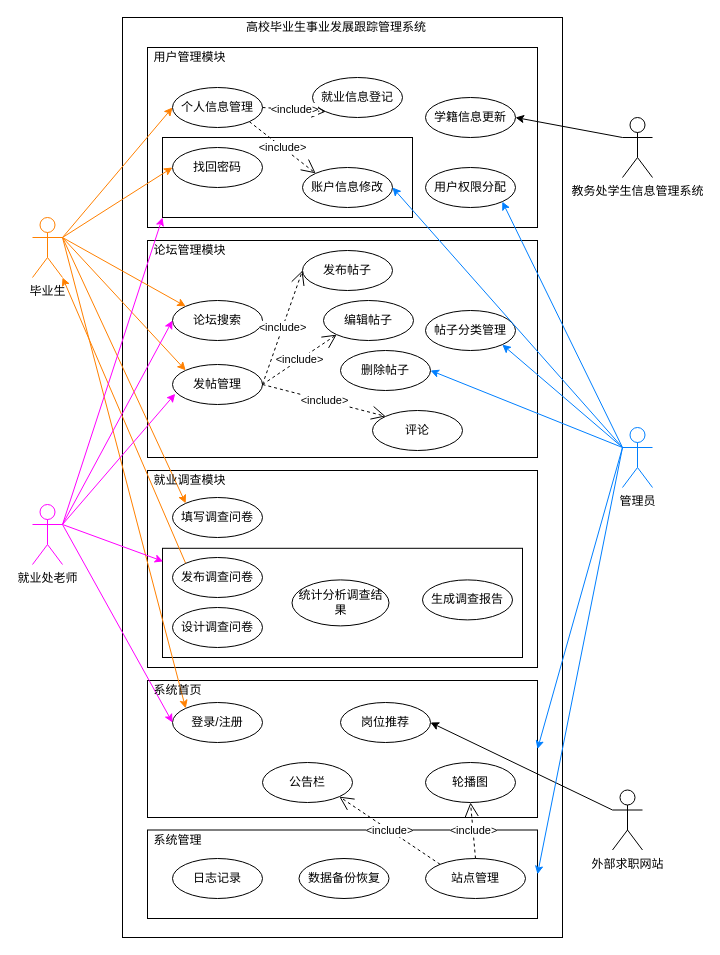
This is 用例图.drawio from Ringo-linqin/drawio, a draw.io file, before an edit. Source tidied: cells renumbered, new cells numbered last; positions are measured from the earlier drawing's top-left corner, leaving out a move shared by most shapes. Both pictures are drawn from the tidied source at 100%, with x=0, y=0 at pixel (32, 17).
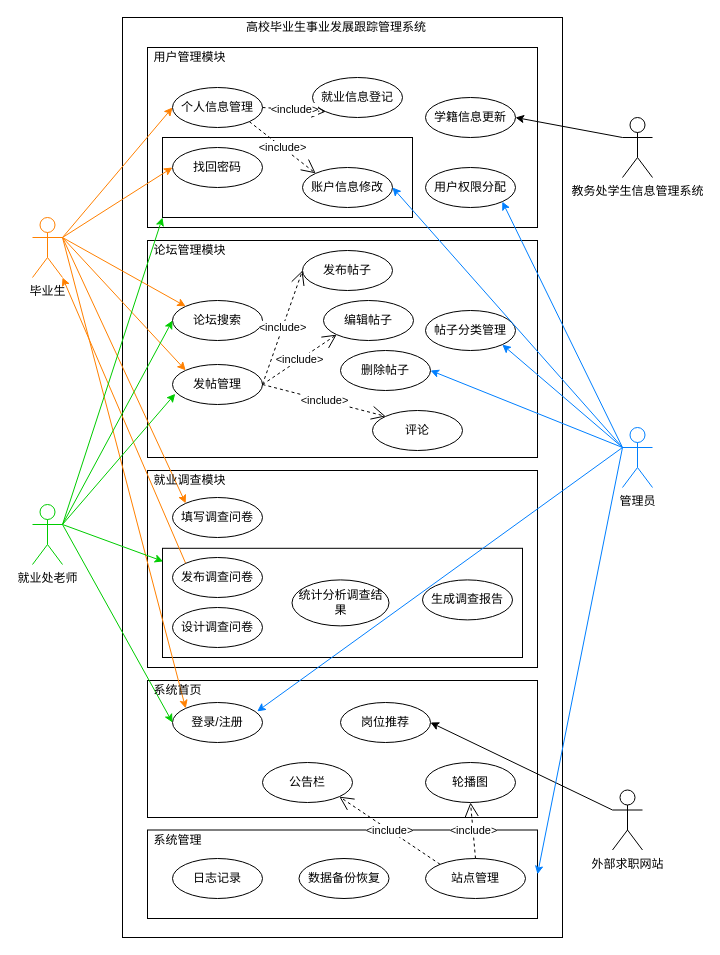
The same diagram, later.

Commit message:
更新用例图.drawio

The change refers to these unchanged cells:
```xml
<mxCell id="4" style="rounded=0;whiteSpace=wrap;html=1;" parent="1" vertex="1">
  <mxGeometry x="130" y="120" width="250" height="80" as="geometry" />
</mxCell>
<mxCell id="6" style="rounded=0;whiteSpace=wrap;html=1;" parent="1" vertex="1">
  <mxGeometry x="130" y="530.8" width="360" height="109.2" as="geometry" />
</mxCell>
<mxCell id="8" style="rounded=0;whiteSpace=wrap;html=1;" parent="1" vertex="1">
  <mxGeometry x="115" y="663" width="390" height="137" as="geometry" />
</mxCell>
<mxCell id="42" value="发帖管理" style="ellipse;whiteSpace=wrap;html=1;" parent="1" vertex="1">
  <mxGeometry x="140" y="347" width="90" height="40" as="geometry" />
</mxCell>
<mxCell id="43" value="论坛搜索" style="ellipse;whiteSpace=wrap;html=1;" parent="1" vertex="1">
  <mxGeometry x="140" y="283" width="90" height="40" as="geometry" />
</mxCell>
<mxCell id="47" value="登录/注册" style="ellipse;whiteSpace=wrap;html=1;" parent="1" vertex="1">
  <mxGeometry x="140" y="685" width="90" height="40" as="geometry" />
</mxCell>
<mxCell id="62" value="管理员" style="shape=umlActor;verticalLabelPosition=bottom;verticalAlign=top;html=1;strokeColor=#007FFF;" parent="1" vertex="1">
  <mxGeometry x="590" y="410" width="30" height="60" as="geometry" />
</mxCell>
```

Change to the diagram source:
```diff
@@
-    <mxCell id="48" style="rounded=0;jettySize=auto;html=1;exitX=1;exitY=0.3333333333333333;exitDx=0;exitDy=0;exitPerimeter=0;entryX=0;entryY=1;entryDx=0;entryDy=0;strokeColor=#FF00FF;" parent="1" edge="1" source="53" target="4">
+    <mxCell id="48" style="rounded=0;jettySize=auto;html=1;exitX=1;exitY=0.3333333333333333;exitDx=0;exitDy=0;exitPerimeter=0;entryX=0;entryY=1;entryDx=0;entryDy=0;strokeColor=#00CC00;" parent="1" edge="1" source="53" target="4">
       <mxGeometry relative="1" as="geometry" />
     </mxCell>
-    <mxCell id="49" style="rounded=0;jettySize=auto;html=1;exitX=1;exitY=0.3333333333333333;exitDx=0;exitDy=0;exitPerimeter=0;entryX=0;entryY=0.5;entryDx=0;entryDy=0;strokeColor=#FF00FF;" parent="1" edge="1" source="53" target="43">
+    <mxCell id="49" style="rounded=0;jettySize=auto;html=1;exitX=1;exitY=0.3333333333333333;exitDx=0;exitDy=0;exitPerimeter=0;entryX=0;entryY=0.5;entryDx=0;entryDy=0;strokeColor=#00CC00;" parent="1" edge="1" source="53" target="43">
       <mxGeometry relative="1" as="geometry" />
     </mxCell>
-    <mxCell id="50" style="rounded=0;jettySize=auto;html=1;exitX=1;exitY=0.3333333333333333;exitDx=0;exitDy=0;exitPerimeter=0;entryX=0.03;entryY=0.733;entryDx=0;entryDy=0;entryPerimeter=0;strokeColor=#FF00FF;" parent="1" edge="1" source="53" target="42">
+    <mxCell id="50" style="rounded=0;jettySize=auto;html=1;exitX=1;exitY=0.3333333333333333;exitDx=0;exitDy=0;exitPerimeter=0;entryX=0.03;entryY=0.733;entryDx=0;entryDy=0;entryPerimeter=0;strokeColor=#00CC00;" parent="1" edge="1" source="53" target="42">
       <mxGeometry relative="1" as="geometry" />
     </mxCell>
-    <mxCell id="51" style="rounded=0;jettySize=auto;html=1;exitX=1;exitY=0.3333333333333333;exitDx=0;exitDy=0;exitPerimeter=0;entryX=0.002;entryY=0.12;entryDx=0;entryDy=0;entryPerimeter=0;strokeColor=#FF00FF;" parent="1" edge="1" source="53" target="6">
+    <mxCell id="51" style="rounded=0;jettySize=auto;html=1;exitX=1;exitY=0.3333333333333333;exitDx=0;exitDy=0;exitPerimeter=0;entryX=0.002;entryY=0.12;entryDx=0;entryDy=0;entryPerimeter=0;strokeColor=#00CC00;" parent="1" edge="1" source="53" target="6">
       <mxGeometry relative="1" as="geometry" />
     </mxCell>
-    <mxCell id="52" style="rounded=0;jettySize=auto;html=1;exitX=1;exitY=0.3333333333333333;exitDx=0;exitDy=0;exitPerimeter=0;entryX=0;entryY=0.5;entryDx=0;entryDy=0;strokeColor=#FF00FF;" parent="1" edge="1" source="53" target="47">
+    <mxCell id="52" style="rounded=0;jettySize=auto;html=1;exitX=1;exitY=0.3333333333333333;exitDx=0;exitDy=0;exitPerimeter=0;entryX=0;entryY=0.5;entryDx=0;entryDy=0;strokeColor=#00CC00;" parent="1" edge="1" source="53" target="47">
       <mxGeometry relative="1" as="geometry" />
     </mxCell>
-    <mxCell id="53" value="就业处老师" style="shape=umlActor;verticalLabelPosition=bottom;verticalAlign=top;html=1;strokeColor=#FF00FF;" parent="1" vertex="1">
+    <mxCell id="53" value="就业处老师" style="shape=umlActor;verticalLabelPosition=bottom;verticalAlign=top;html=1;strokeColor=#00CC00;" parent="1" vertex="1">
       <mxGeometry y="487" width="30" height="60" as="geometry" />
     </mxCell>
@@
-    <mxCell id="60" style="rounded=0;jettySize=auto;html=1;exitX=0;exitY=0.3333333333333333;exitDx=0;exitDy=0;exitPerimeter=0;entryX=1;entryY=0.5;entryDx=0;entryDy=0;strokeColor=#007FFF;" parent="1" edge="1" source="62" target="8">
+    <mxCell id="60" style="rounded=0;jettySize=auto;html=1;exitX=0;exitY=0.3333333333333333;exitDx=0;exitDy=0;exitPerimeter=0;entryX=0.941;entryY=0.222;entryDx=0;entryDy=0;strokeColor=#007FFF;entryPerimeter=0;" parent="1" edge="1" source="62" target="47">
       <mxGeometry relative="1" as="geometry" />
     </mxCell>
```
